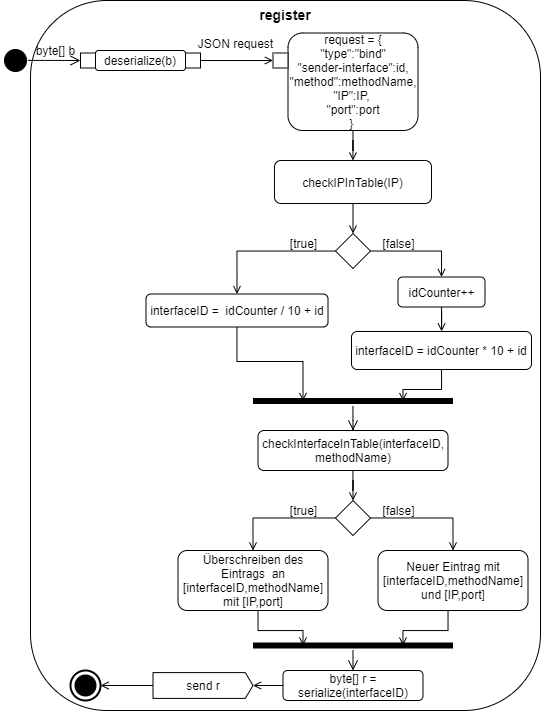
This is Doku/images/MW_AD_register.png from KjellooMelloo/gameoftrons, a draw.io export, as it was before one commit. Source tidied: cells renumbered, new cells last; positions are measured from the earlier drawing's top-left corner, leaving out a move shared by most shapes.
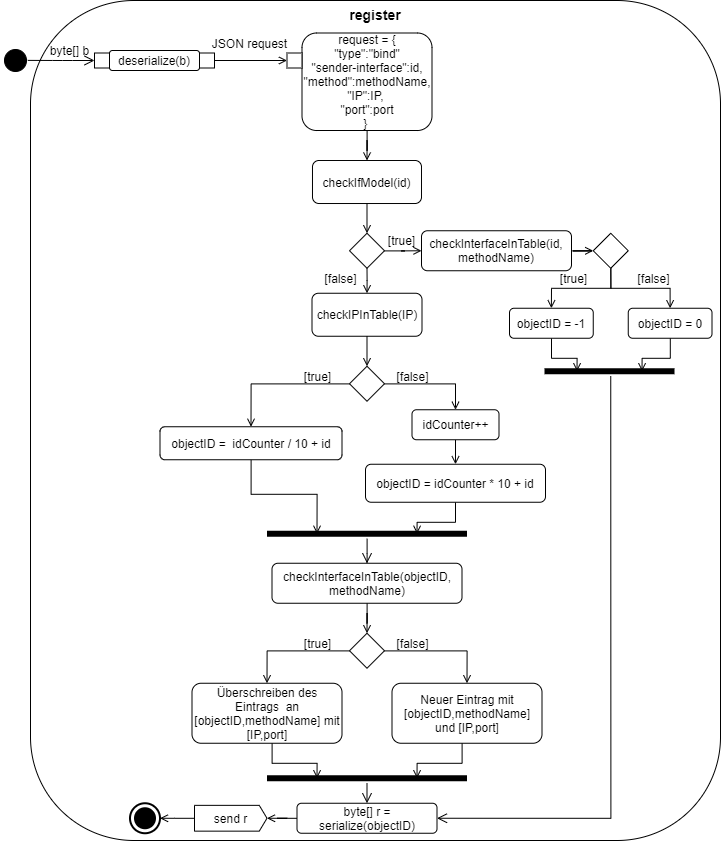
After the commit.

Commit message:
register has check for model now

What changed in the source:
```diff
@@ -5,6 +5,6 @@
     <mxCell id="2" value="&lt;b&gt;&lt;font style=&quot;font-size: 14px&quot;&gt;register&lt;/font&gt;&lt;/b&gt;" style="rounded=1;whiteSpace=wrap;html=1;align=center;verticalAlign=top;" parent="1" vertex="1">
-      <mxGeometry x="30" width="510" height="710" as="geometry" />
+      <mxGeometry x="30" width="690" height="840" as="geometry" />
     </mxCell>
     <mxCell id="3" value="deserialize(b)" style="shape=rect;html=1;rounded=1;whiteSpace=wrap;align=center;" parent="1" vertex="1">
-      <mxGeometry x="95" y="50" width="90" height="20" as="geometry" />
+      <mxGeometry x="109" y="50" width="90" height="20" as="geometry" />
     </mxCell>
@@ -17,8 +17,8 @@
     <mxCell id="6" value="byte[] b" style="text;html=1;align=center;verticalAlign=middle;" parent="1" vertex="1">
-      <mxGeometry x="30" y="40" width="50" height="20" as="geometry" />
+      <mxGeometry x="44" y="40" width="50" height="20" as="geometry" />
     </mxCell>
     <mxCell id="7" style="rounded=0;whiteSpace=wrap;html=1;strokeColor=#000000;align=center;" parent="1" vertex="1">
-      <mxGeometry x="80" y="52.5" width="15" height="15" as="geometry" />
+      <mxGeometry x="94" y="52.5" width="15" height="15" as="geometry" />
     </mxCell>
-    <mxCell id="8" style="edgeStyle=orthogonalEdgeStyle;rounded=0;jettySize=auto;html=1;endArrow=open;endFill=0;" parent="1" edge="1" source="9" target="25">
+    <mxCell id="8" style="edgeStyle=orthogonalEdgeStyle;rounded=0;jettySize=auto;html=1;endArrow=open;endFill=0;entryX=0.5;entryY=0;entryDx=0;entryDy=0;" parent="1" edge="1" source="9" target="26">
       <mxGeometry relative="1" as="geometry" />
@@ -26,3 +26,3 @@
     <mxCell id="9" value="request = {&lt;br&gt;&quot;type&quot;:&quot;bind&quot;&lt;br&gt;&quot;sender-interface&quot;:id, &quot;method&quot;:methodName, &quot;IP&quot;:IP, &lt;br&gt;&quot;port&quot;:port&lt;br&gt;}&amp;nbsp;" style="shape=rect;html=1;rounded=1;whiteSpace=wrap;align=center;" parent="1" vertex="1">
-      <mxGeometry x="287.5" y="32.5" width="130" height="97.5" as="geometry" />
+      <mxGeometry x="301.5" y="32.5" width="130" height="97.5" as="geometry" />
     </mxCell>
@@ -31,4 +31,4 @@
     </mxCell>
-    <mxCell id="11" value="checkInterfaceInTable(interfaceID, methodName)" style="shape=rect;html=1;rounded=1;whiteSpace=wrap;align=center;" parent="1" vertex="1">
-      <mxGeometry x="257.5" y="430" width="190" height="40" as="geometry" />
+    <mxCell id="11" value="checkInterfaceInTable(objectID, methodName)" style="shape=rect;html=1;rounded=1;whiteSpace=wrap;align=center;" parent="1" vertex="1">
+      <mxGeometry x="271.5" y="562.8" width="190" height="40" as="geometry" />
     </mxCell>
@@ -38,9 +38,9 @@
     <mxCell id="13" style="rounded=0;whiteSpace=wrap;html=1;strokeColor=#000000;align=center;" parent="1" vertex="1">
-      <mxGeometry x="185" y="52.5" width="15" height="15" as="geometry" />
+      <mxGeometry x="199" y="52.5" width="15" height="15" as="geometry" />
     </mxCell>
     <mxCell id="14" style="rounded=0;whiteSpace=wrap;html=1;strokeColor=#000000;align=center;" parent="1" vertex="1">
-      <mxGeometry x="272.5" y="52.5" width="15" height="15" as="geometry" />
+      <mxGeometry x="286.5" y="52.5" width="15" height="15" as="geometry" />
     </mxCell>
     <mxCell id="15" value="JSON request" style="text;html=1;align=center;verticalAlign=middle;" parent="1" vertex="1">
-      <mxGeometry x="190" y="32.5" width="90" height="20" as="geometry" />
+      <mxGeometry x="204" y="32.5" width="90" height="20" as="geometry" />
     </mxCell>
@@ -53,9 +53,9 @@
     <mxCell id="18" style="rhombus;whiteSpace=wrap;html=1;strokeColor=#000000;align=center;" parent="1" vertex="1">
-      <mxGeometry x="335" y="500" width="35" height="35" as="geometry" />
+      <mxGeometry x="349" y="632.8" width="35" height="35" as="geometry" />
     </mxCell>
-    <mxCell id="19" style="edgeStyle=orthogonalEdgeStyle;rounded=0;jettySize=auto;html=1;entryX=0.25;entryY=0.5;entryDx=0;entryDy=0;entryPerimeter=0;endArrow=open;endFill=0;" parent="1" edge="1" source="20" target="45">
+    <mxCell id="19" style="edgeStyle=orthogonalEdgeStyle;rounded=0;jettySize=auto;html=1;entryX=0.25;entryY=0.5;entryDx=0;entryDy=0;entryPerimeter=0;endArrow=open;endFill=0;" parent="1" edge="1" source="20" target="46">
       <mxGeometry relative="1" as="geometry">
         <Array as="points">
-          <mxPoint x="257.5" y="630" />
-          <mxPoint x="302.5" y="630" />
+          <mxPoint x="271.5" y="762.8" />
+          <mxPoint x="316.5" y="762.8" />
         </Array>
@@ -63,10 +63,10 @@
     </mxCell>
-    <mxCell id="20" value="Überschreiben des Eintrags&amp;nbsp; an [interfaceID,methodName] mit [IP,port]" style="shape=rect;html=1;rounded=1;whiteSpace=wrap;align=center;" parent="1" vertex="1">
-      <mxGeometry x="177.5" y="550" width="150" height="60" as="geometry" />
+    <mxCell id="20" value="Überschreiben des Eintrags&amp;nbsp; an [objectID,methodName] mit [IP,port]" style="shape=rect;html=1;rounded=1;whiteSpace=wrap;align=center;" parent="1" vertex="1">
+      <mxGeometry x="191.5" y="682.8" width="150" height="60" as="geometry" />
     </mxCell>
-    <mxCell id="21" style="edgeStyle=orthogonalEdgeStyle;rounded=0;jettySize=auto;html=1;entryX=0.75;entryY=0.5;entryDx=0;entryDy=0;entryPerimeter=0;endArrow=open;endFill=0;" parent="1" edge="1" source="22" target="45">
+    <mxCell id="21" style="edgeStyle=orthogonalEdgeStyle;rounded=0;jettySize=auto;html=1;entryX=0.75;entryY=0.5;entryDx=0;entryDy=0;entryPerimeter=0;endArrow=open;endFill=0;" parent="1" edge="1" source="22" target="46">
       <mxGeometry relative="1" as="geometry">
         <Array as="points">
-          <mxPoint x="447.5" y="630" />
-          <mxPoint x="402.5" y="630" />
+          <mxPoint x="461.5" y="762.8" />
+          <mxPoint x="416.5" y="762.8" />
         </Array>
@@ -74,85 +74,154 @@
     </mxCell>
-    <mxCell id="22" value="Neuer Eintrag mit [interfaceID,methodName] und [IP,port]" style="shape=rect;html=1;rounded=1;whiteSpace=wrap;align=center;" parent="1" vertex="1">
-      <mxGeometry x="377.5" y="550" width="150" height="60" as="geometry" />
+    <mxCell id="22" value="Neuer Eintrag mit [objectID,methodName] und [IP,port]" style="shape=rect;html=1;rounded=1;whiteSpace=wrap;align=center;" parent="1" vertex="1">
+      <mxGeometry x="391.5" y="682.8" width="150" height="60" as="geometry" />
     </mxCell>
     <mxCell id="23" value="[true]" style="text;html=1;align=center;verticalAlign=middle;" parent="1" vertex="1">
-      <mxGeometry x="282.5" y="500" width="40" height="20" as="geometry" />
+      <mxGeometry x="296.5" y="632.8" width="40" height="20" as="geometry" />
     </mxCell>
     <mxCell id="24" value="[false]" style="text;html=1;align=center;verticalAlign=middle;" parent="1" vertex="1">
-      <mxGeometry x="372.5" y="500" width="50" height="20" as="geometry" />
+      <mxGeometry x="386.5" y="632.8" width="50" height="20" as="geometry" />
     </mxCell>
     <mxCell id="25" value="checkIPInTable(IP)" style="shape=rect;html=1;rounded=1;whiteSpace=wrap;align=center;" parent="1" vertex="1">
-      <mxGeometry x="274" y="160" width="157" height="43" as="geometry" />
+      <mxGeometry x="311.5" y="292.8" width="110" height="43" as="geometry" />
     </mxCell>
-    <mxCell id="26" style="edgeStyle=orthogonalEdgeStyle;rounded=0;jettySize=auto;html=1;entryX=0.5;entryY=0;entryDx=0;entryDy=0;endArrow=open;endFill=0;exitX=0.5;exitY=1;exitDx=0;exitDy=0;" parent="1" edge="1" source="25" target="29">
-      <mxGeometry relative="1" as="geometry" />
+    <mxCell id="26" value="checkIfModel(id)" style="shape=rect;html=1;rounded=1;whiteSpace=wrap;align=center;" parent="1" vertex="1">
+      <mxGeometry x="312" y="160" width="109" height="43" as="geometry" />
     </mxCell>
-    <mxCell id="27" style="edgeStyle=orthogonalEdgeStyle;rounded=0;jettySize=auto;html=1;entryX=0.5;entryY=0;entryDx=0;entryDy=0;endArrow=open;endFill=0;" parent="1" edge="1" source="29" target="33">
+    <mxCell id="27" style="edgeStyle=orthogonalEdgeStyle;rounded=0;jettySize=auto;html=1;entryX=0.5;entryY=0;entryDx=0;entryDy=0;endArrow=open;endFill=0;exitX=0.5;exitY=1;exitDx=0;exitDy=0;" parent="1" edge="1" source="25" target="30">
       <mxGeometry relative="1" as="geometry" />
     </mxCell>
-    <mxCell id="28" style="edgeStyle=orthogonalEdgeStyle;rounded=0;jettySize=auto;html=1;entryX=0.5;entryY=0;entryDx=0;entryDy=0;endArrow=open;endFill=0;" parent="1" edge="1" source="29" target="35">
+    <mxCell id="28" style="edgeStyle=orthogonalEdgeStyle;rounded=0;jettySize=auto;html=1;entryX=0.5;entryY=0;entryDx=0;entryDy=0;endArrow=open;endFill=0;" parent="1" edge="1" source="30" target="34">
       <mxGeometry relative="1" as="geometry" />
     </mxCell>
-    <mxCell id="29" style="rhombus;whiteSpace=wrap;html=1;strokeColor=#000000;align=center;" parent="1" vertex="1">
-      <mxGeometry x="335" y="233" width="35" height="35" as="geometry" />
+    <mxCell id="29" style="edgeStyle=orthogonalEdgeStyle;rounded=0;jettySize=auto;html=1;entryX=0.5;entryY=0;entryDx=0;entryDy=0;endArrow=open;endFill=0;" parent="1" edge="1" source="30" target="36">
+      <mxGeometry relative="1" as="geometry" />
     </mxCell>
-    <mxCell id="30" value="[true]" style="text;html=1;align=center;verticalAlign=middle;points=[];" parent="1" vertex="1">
-      <mxGeometry x="282.5" y="233" width="40" height="20" as="geometry" />
+    <mxCell id="30" style="rhombus;whiteSpace=wrap;html=1;strokeColor=#000000;align=center;" parent="1" vertex="1">
+      <mxGeometry x="349" y="365.8" width="35" height="35" as="geometry" />
     </mxCell>
-    <mxCell id="31" value="[false]" style="text;html=1;align=center;verticalAlign=middle;" parent="1" vertex="1">
-      <mxGeometry x="372.5" y="233" width="50" height="20" as="geometry" />
+    <mxCell id="31" value="[true]" style="text;html=1;align=center;verticalAlign=middle;" parent="1" vertex="1">
+      <mxGeometry x="296.5" y="365.8" width="40" height="20" as="geometry" />
     </mxCell>
-    <mxCell id="32" style="edgeStyle=orthogonalEdgeStyle;rounded=0;jettySize=auto;html=1;entryX=0.25;entryY=0.5;entryDx=0;entryDy=0;entryPerimeter=0;endArrow=open;endFill=0;" parent="1" edge="1" source="33" target="38">
-      <mxGeometry relative="1" as="geometry" />
+    <mxCell id="32" value="[false]" style="text;html=1;align=center;verticalAlign=middle;" parent="1" vertex="1">
+      <mxGeometry x="386.5" y="365.8" width="50" height="20" as="geometry" />
     </mxCell>
-    <mxCell id="33" value="interfaceID =&amp;nbsp; idCounter / 10 + id" style="shape=rect;html=1;rounded=1;whiteSpace=wrap;align=center;" parent="1" vertex="1">
-      <mxGeometry x="145.5" y="293.5" width="182" height="33" as="geometry" />
+    <mxCell id="33" style="edgeStyle=orthogonalEdgeStyle;rounded=0;jettySize=auto;html=1;entryX=0.25;entryY=0.5;entryDx=0;entryDy=0;entryPerimeter=0;endArrow=open;endFill=0;" parent="1" edge="1" source="34" target="39">
+      <mxGeometry relative="1" as="geometry" />
     </mxCell>
-    <mxCell id="34" style="edgeStyle=orthogonalEdgeStyle;rounded=0;jettySize=auto;html=1;endArrow=open;endFill=0;" parent="1" edge="1" source="35" target="37">
-      <mxGeometry relative="1" as="geometry" />
+    <mxCell id="34" value="objectID =&amp;nbsp; idCounter / 10 + id" style="shape=rect;html=1;rounded=1;whiteSpace=wrap;align=center;" parent="1" vertex="1">
+      <mxGeometry x="159.5" y="426.2" width="182" height="33" as="geometry" />
     </mxCell>
-    <mxCell id="35" value="idCounter++" style="shape=rect;html=1;rounded=1;whiteSpace=wrap;align=center;" parent="1" vertex="1">
-      <mxGeometry x="397.5" y="276.5" width="87" height="30" as="geometry" />
+    <mxCell id="35" style="edgeStyle=orthogonalEdgeStyle;rounded=0;jettySize=auto;html=1;endArrow=open;endFill=0;" parent="1" edge="1" source="36" target="38">
+      <mxGeometry relative="1" as="geometry" />
     </mxCell>
-    <mxCell id="36" style="edgeStyle=orthogonalEdgeStyle;rounded=0;jettySize=auto;html=1;entryX=0.75;entryY=0.5;entryDx=0;entryDy=0;entryPerimeter=0;endArrow=open;endFill=0;" parent="1" edge="1" source="37" target="38">
-      <mxGeometry relative="1" as="geometry" />
+    <mxCell id="36" value="idCounter++" style="shape=rect;html=1;rounded=1;whiteSpace=wrap;align=center;" parent="1" vertex="1">
+      <mxGeometry x="411.5" y="409.2" width="87" height="30" as="geometry" />
     </mxCell>
-    <mxCell id="37" value="interfaceID = idCounter * 10 + id" style="shape=rect;html=1;rounded=1;whiteSpace=wrap;align=center;" parent="1" vertex="1">
-      <mxGeometry x="351" y="331" width="180" height="38" as="geometry" />
+    <mxCell id="37" style="edgeStyle=orthogonalEdgeStyle;rounded=0;jettySize=auto;html=1;entryX=0.75;entryY=0.5;entryDx=0;entryDy=0;entryPerimeter=0;endArrow=open;endFill=0;" parent="1" edge="1" source="38" target="39">
+      <mxGeometry relative="1" as="geometry" />
     </mxCell>
-    <mxCell id="38" style="shape=line;html=1;strokeWidth=6;strokeColor=#000000;" parent="1" vertex="1">
-      <mxGeometry x="252.5" y="395.5" width="200" height="10" as="geometry" />
+    <mxCell id="38" value="objectID = idCounter * 10 + id" style="shape=rect;html=1;rounded=1;whiteSpace=wrap;align=center;" parent="1" vertex="1">
+      <mxGeometry x="365" y="463.8" width="180" height="38" as="geometry" />
     </mxCell>
-    <mxCell id="39" style="edgeStyle=orthogonalEdgeStyle;html=1;verticalAlign=bottom;endArrow=open;endSize=8;strokeColor=#000000;entryX=0.5;entryY=0;entryDx=0;entryDy=0;" parent="1" edge="1" source="38">
-      <mxGeometry relative="1" as="geometry">
-        <mxPoint x="352.5" y="430" as="targetPoint" />
-        <Array as="points">
-          <mxPoint x="352.5" y="430" />
-          <mxPoint x="352.5" y="430" />
-        </Array>
-      </mxGeometry>
+    <mxCell id="39" style="shape=line;html=1;strokeWidth=6;strokeColor=#000000;" parent="1" vertex="1">
+      <mxGeometry x="266.5" y="528.2" width="200" height="10" as="geometry" />
     </mxCell>
-    <mxCell id="40" style="html=1;shape=mxgraph.sysml.actFinal;strokeWidth=2;verticalLabelPosition=bottom;verticalAlignment=top;align=center;" parent="1" vertex="1">
-      <mxGeometry x="70" y="670" width="30" height="30" as="geometry" />
+    <mxCell id="40" style="edgeStyle=orthogonalEdgeStyle;html=1;verticalAlign=bottom;endArrow=open;endSize=8;strokeColor=#000000;entryX=0.5;entryY=0;entryDx=0;entryDy=0;" parent="1" edge="1" source="39">
+      <mxGeometry relative="1" as="geometry">
+        <mxPoint x="366.5" y="562.8" as="targetPoint" />
+        <Array as="points">
+          <mxPoint x="366.5" y="562.8" />
+          <mxPoint x="366.5" y="562.8" />
+        </Array>
+      </mxGeometry>
     </mxCell>
-    <mxCell id="41" style="edgeStyle=orthogonalEdgeStyle;rounded=0;jettySize=auto;html=1;entryX=1;entryY=0.5;entryDx=0;entryDy=0;entryPerimeter=0;endArrow=open;endFill=0;strokeColor=#000000;" parent="1" edge="1" source="42" target="44">
-      <mxGeometry relative="1" as="geometry" />
+    <mxCell id="41" style="html=1;shape=mxgraph.sysml.actFinal;strokeWidth=2;verticalLabelPosition=bottom;verticalAlignment=top;align=center;" parent="1" vertex="1">
+      <mxGeometry x="129.5" y="802.8" width="30" height="30" as="geometry" />
     </mxCell>
-    <mxCell id="42" value="byte[] r = serialize(interfaceID)" style="shape=rect;html=1;rounded=1;whiteSpace=wrap;align=center;" parent="1" vertex="1">
-      <mxGeometry x="282.5" y="670" width="140" height="30" as="geometry" />
+    <mxCell id="42" style="edgeStyle=orthogonalEdgeStyle;rounded=0;jettySize=auto;html=1;entryX=1;entryY=0.5;entryDx=0;entryDy=0;entryPerimeter=0;endArrow=open;endFill=0;strokeColor=#000000;" parent="1" edge="1" source="43" target="45">
+      <mxGeometry relative="1" as="geometry" />
     </mxCell>
-    <mxCell id="43" style="edgeStyle=orthogonalEdgeStyle;rounded=0;jettySize=auto;html=1;entryX=1;entryY=0.5;entryDx=0;entryDy=0;entryPerimeter=0;endArrow=open;endFill=0;strokeColor=#000000;" parent="1" edge="1" source="44" target="40">
-      <mxGeometry relative="1" as="geometry" />
+    <mxCell id="43" value="byte[] r = serialize(objectID)" style="shape=rect;html=1;rounded=1;whiteSpace=wrap;align=center;" parent="1" vertex="1">
+      <mxGeometry x="296.5" y="802.8" width="140" height="30" as="geometry" />
     </mxCell>
-    <mxCell id="44" value="send r" style="html=1;shape=mxgraph.sysml.sendSigAct;strokeWidth=1;whiteSpace=wrap;align=center;" parent="1" vertex="1">
-      <mxGeometry x="152.5" y="672.1" width="100" height="25.8" as="geometry" />
+    <mxCell id="44" style="edgeStyle=orthogonalEdgeStyle;rounded=0;jettySize=auto;html=1;entryX=1;entryY=0.5;entryDx=0;entryDy=0;entryPerimeter=0;endArrow=open;endFill=0;strokeColor=#000000;" parent="1" edge="1" source="45" target="41">
+      <mxGeometry relative="1" as="geometry" />
     </mxCell>
-    <mxCell id="45" style="shape=line;html=1;strokeWidth=6;strokeColor=#000000;" parent="1" vertex="1">
-      <mxGeometry x="252.5" y="640" width="200" height="10" as="geometry" />
+    <mxCell id="45" value="send r" style="html=1;shape=mxgraph.sysml.sendSigAct;strokeWidth=1;whiteSpace=wrap;align=center;" parent="1" vertex="1">
+      <mxGeometry x="194" y="804.9" width="72.5" height="25.8" as="geometry" />
     </mxCell>
-    <mxCell id="46" style="edgeStyle=orthogonalEdgeStyle;html=1;verticalAlign=bottom;endArrow=open;endSize=8;strokeColor=#000000;entryX=0.5;entryY=0;entryDx=0;entryDy=0;" parent="1" edge="1" target="42">
-      <mxGeometry relative="1" as="geometry">
-        <mxPoint x="352.5" y="650" as="sourcePoint" />
-      </mxGeometry>
+    <mxCell id="46" style="shape=line;html=1;strokeWidth=6;strokeColor=#000000;" parent="1" vertex="1">
+      <mxGeometry x="266.5" y="772.8" width="200" height="10" as="geometry" />
     </mxCell>
+    <mxCell id="47" style="edgeStyle=orthogonalEdgeStyle;html=1;verticalAlign=bottom;endArrow=open;endSize=8;strokeColor=#000000;entryX=0.5;entryY=0;entryDx=0;entryDy=0;" parent="1" edge="1" target="43">
+      <mxGeometry relative="1" as="geometry">
+        <mxPoint x="366.5" y="782.8" as="sourcePoint" />
+      </mxGeometry>
+    </mxCell>
+    <mxCell id="48" style="edgeStyle=orthogonalEdgeStyle;rounded=0;jettySize=auto;html=1;entryX=0.5;entryY=0;entryDx=0;entryDy=0;endArrow=open;endFill=0;exitX=0.5;exitY=1;exitDx=0;exitDy=0;" parent="1" edge="1" source="26" target="51">
+      <mxGeometry relative="1" as="geometry" />
+    </mxCell>
+    <mxCell id="49" style="edgeStyle=orthogonalEdgeStyle;rounded=0;jettySize=auto;html=1;entryX=0.5;entryY=0;entryDx=0;entryDy=0;endArrow=open;endFill=0;exitX=0.5;exitY=1;exitDx=0;exitDy=0;" parent="1" edge="1" source="51" target="25">
+      <mxGeometry relative="1" as="geometry">
+        <Array as="points">
+          <mxPoint x="367" y="280" />
+        </Array>
+      </mxGeometry>
+    </mxCell>
+    <mxCell id="50" style="edgeStyle=orthogonalEdgeStyle;rounded=0;jettySize=auto;html=1;entryX=0;entryY=0.5;entryDx=0;entryDy=0;endArrow=open;endFill=0;" parent="1" edge="1" source="51" target="57">
+      <mxGeometry relative="1" as="geometry" />
+    </mxCell>
+    <mxCell id="51" style="rhombus;whiteSpace=wrap;html=1;strokeColor=#000000;align=center;" parent="1" vertex="1">
+      <mxGeometry x="349" y="232.8" width="35" height="35" as="geometry" />
+    </mxCell>
+    <mxCell id="52" value="[true]" style="text;html=1;align=center;verticalAlign=middle;" parent="1" vertex="1">
+      <mxGeometry x="381" y="230.2" width="40" height="20" as="geometry" />
+    </mxCell>
+    <mxCell id="53" value="[false]" style="text;html=1;align=center;verticalAlign=middle;" parent="1" vertex="1">
+      <mxGeometry x="315" y="267.8" width="50" height="20" as="geometry" />
+    </mxCell>
+    <mxCell id="54" style="edgeStyle=orthogonalEdgeStyle;rounded=0;jettySize=auto;html=1;entryX=0.75;entryY=0.5;entryDx=0;entryDy=0;entryPerimeter=0;endArrow=open;endFill=0;" parent="1" edge="1" source="55" target="65">
+      <mxGeometry relative="1" as="geometry" />
+    </mxCell>
+    <mxCell id="55" value="objectID = 0" style="shape=rect;html=1;rounded=1;whiteSpace=wrap;align=center;" parent="1" vertex="1">
+      <mxGeometry x="627.8" y="307.8" width="83.8" height="30" as="geometry" />
+    </mxCell>
+    <mxCell id="56" style="edgeStyle=orthogonalEdgeStyle;rounded=0;jettySize=auto;html=1;entryX=0;entryY=0.5;entryDx=0;entryDy=0;endArrow=open;endFill=0;" parent="1" edge="1" source="57" target="60">
+      <mxGeometry relative="1" as="geometry" />
+    </mxCell>
+    <mxCell id="57" value="checkInterfaceInTable(id, methodName)" style="shape=rect;html=1;rounded=1;whiteSpace=wrap;align=center;" parent="1" vertex="1">
+      <mxGeometry x="421" y="230.2" width="150" height="40" as="geometry" />
+    </mxCell>
+    <mxCell id="58" style="edgeStyle=orthogonalEdgeStyle;rounded=0;jettySize=auto;html=1;entryX=0.5;entryY=0;entryDx=0;entryDy=0;endArrow=open;endFill=0;exitX=0.5;exitY=1;exitDx=0;exitDy=0;" parent="1" edge="1" source="60" target="64">
+      <mxGeometry relative="1" as="geometry" />
+    </mxCell>
+    <mxCell id="59" style="edgeStyle=orthogonalEdgeStyle;rounded=0;jettySize=auto;html=1;entryX=0.5;entryY=0;entryDx=0;entryDy=0;endArrow=open;endFill=0;" parent="1" edge="1" source="60" target="55">
+      <mxGeometry relative="1" as="geometry" />
+    </mxCell>
+    <mxCell id="60" style="rhombus;whiteSpace=wrap;html=1;strokeColor=#000000;align=center;" parent="1" vertex="1">
+      <mxGeometry x="592.8" y="232.8" width="35" height="35" as="geometry" />
+    </mxCell>
+    <mxCell id="61" value="[true]" style="text;html=1;align=center;verticalAlign=middle;" parent="1" vertex="1">
+      <mxGeometry x="552.8" y="267.8" width="40" height="20" as="geometry" />
+    </mxCell>
+    <mxCell id="62" value="[false]" style="text;html=1;align=center;verticalAlign=middle;" parent="1" vertex="1">
+      <mxGeometry x="627.8" y="267.8" width="50" height="20" as="geometry" />
+    </mxCell>
+    <mxCell id="63" style="edgeStyle=orthogonalEdgeStyle;rounded=0;jettySize=auto;html=1;entryX=0.25;entryY=0.5;entryDx=0;entryDy=0;entryPerimeter=0;endArrow=open;endFill=0;" parent="1" edge="1" source="64" target="65">
+      <mxGeometry relative="1" as="geometry" />
+    </mxCell>
+    <mxCell id="64" value="objectID = -1" style="shape=rect;html=1;rounded=1;whiteSpace=wrap;align=center;" parent="1" vertex="1">
+      <mxGeometry x="509" y="307.8" width="83.8" height="30" as="geometry" />
+    </mxCell>
+    <mxCell id="65" style="shape=line;html=1;strokeWidth=6;strokeColor=#000000;" parent="1" vertex="1">
+      <mxGeometry x="544" y="365.8" width="130" height="10" as="geometry" />
+    </mxCell>
+    <mxCell id="66" style="edgeStyle=orthogonalEdgeStyle;html=1;verticalAlign=bottom;endArrow=open;endSize=8;strokeColor=#000000;entryX=1;entryY=0.5;entryDx=0;entryDy=0;rounded=0;" parent="1" edge="1" target="43">
+      <mxGeometry relative="1" as="geometry">
+        <mxPoint x="610.2" y="375.8" as="sourcePoint" />
+        <Array as="points">
+          <mxPoint x="610" y="818" />
+        </Array>
+      </mxGeometry>
+    </mxCell>
   </root>
```
